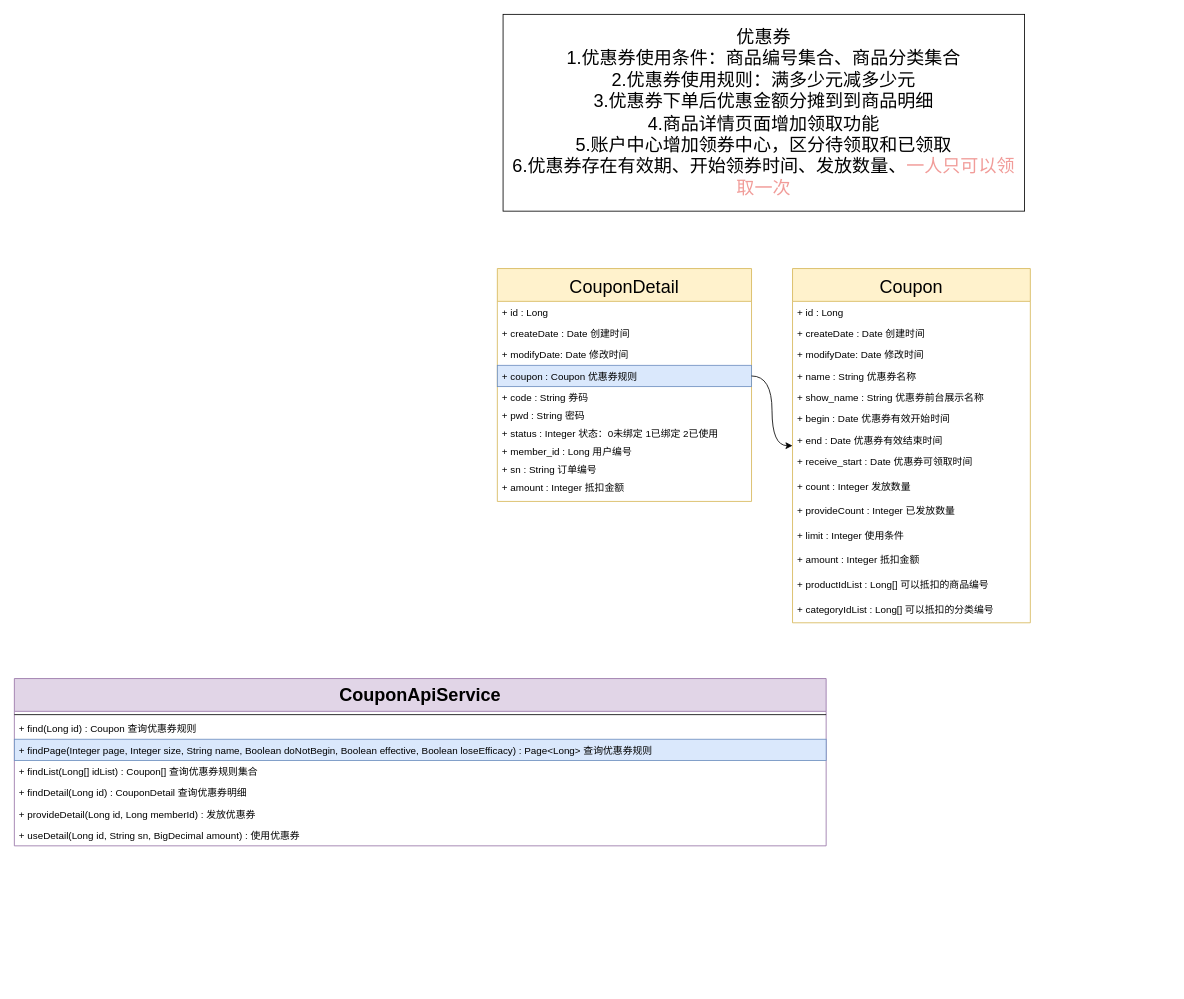
Above: 优惠券.drawio in lycwukang/diagrams (draw.io), before the change. Source tidied: cells renumbered, new cells numbered last; positions are measured from the earlier drawing's top-left corner, leaving out a move shared by most shapes. Both pictures are drawn from the tidied source at 82%, with x=0, y=0 at pixel (14, 14).
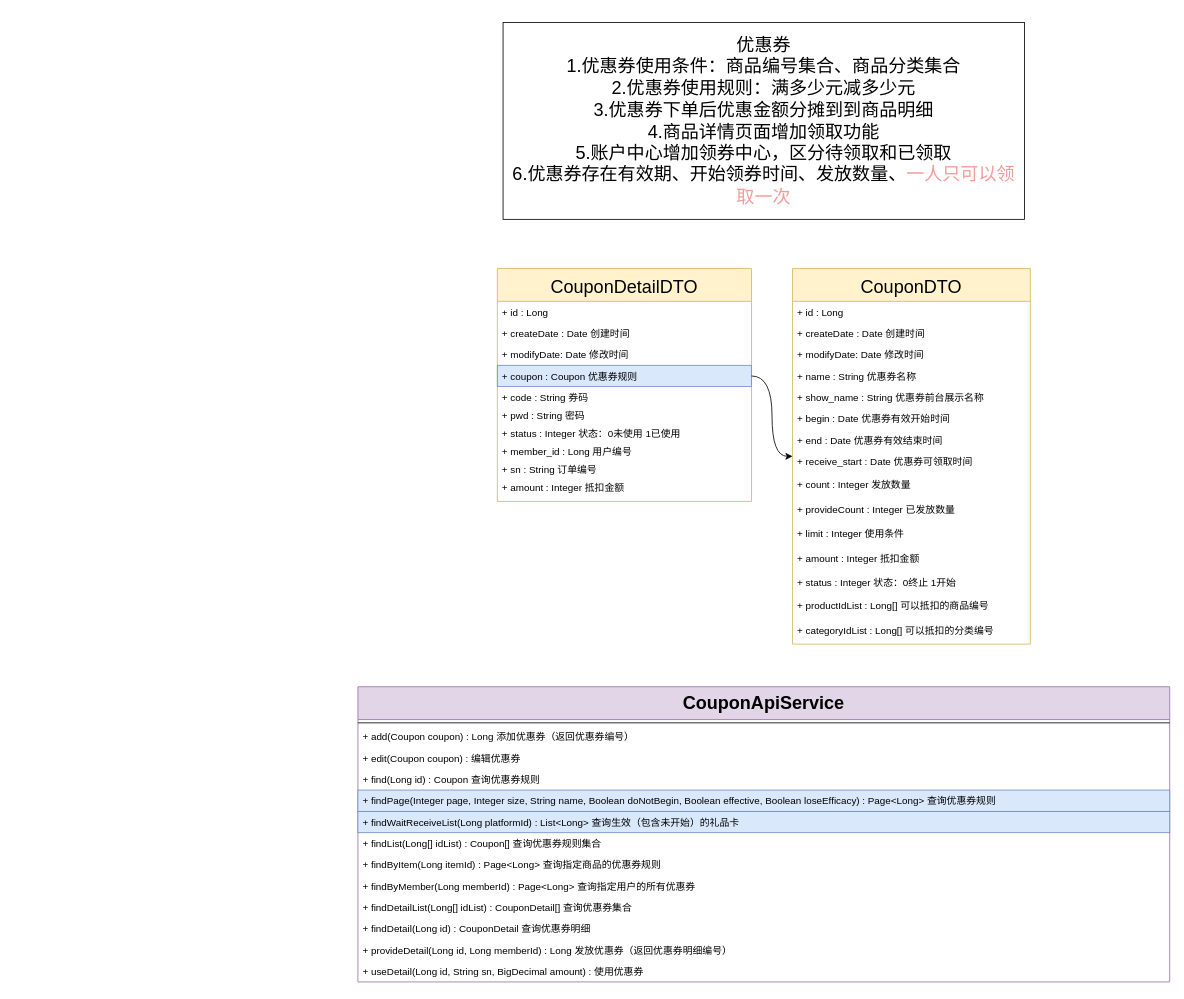
The same diagram, later.

Commit message:
更新优惠券.drawio

What changed in the source:
```diff
@@
     <mxCell id="2" value="优惠券&lt;br style=&quot;font-size: 22px&quot;&gt;1.优惠券使用条件：商品编号集合、商品分类集合&lt;br style=&quot;font-size: 22px&quot;&gt;2.优惠券使用规则：满多少元减多少元&lt;br style=&quot;font-size: 22px&quot;&gt;3.优惠券下单后优惠金额分摊到到商品明细&lt;br style=&quot;font-size: 22px&quot;&gt;4.商品详情页面增加领取功能&lt;br style=&quot;font-size: 22px&quot;&gt;5.账户中心增加领券中心，区分待领取和已领取&lt;br&gt;6.优惠券存在有效期、开始领券时间、发放数量、&lt;font color=&quot;#f19c99&quot;&gt;一人只可以领取一次&lt;/font&gt;" style="rounded=0;whiteSpace=wrap;html=1;fontSize=22;" parent="1" vertex="1">
-      <mxGeometry x="596" width="636" height="240" as="geometry" />
+      <mxGeometry x="596" y="10" width="636" height="240" as="geometry" />
     </mxCell>
-    <mxCell id="3" value="Coupon" style="swimlane;fontStyle=0;horizontal=1;startSize=40;fillColor=#fff2cc;fontSize=22;strokeColor=#d6b656;" parent="1" vertex="1">
-      <mxGeometry x="949" y="310" width="290" height="432" as="geometry" />
+    <mxCell id="3" value="CouponDTO" style="swimlane;fontStyle=0;horizontal=1;startSize=40;fillColor=#fff2cc;fontSize=22;strokeColor=#d6b656;" parent="1" vertex="1">
+      <mxGeometry x="949" y="310" width="290" height="458" as="geometry" />
     </mxCell>
@@
     <mxCell id="11" value="+ receive_start : Date 优惠券可领取时间" style="text;strokeColor=none;fillColor=none;align=left;verticalAlign=top;spacingLeft=4;spacingRight=4;overflow=hidden;" parent="3" vertex="1">
-      <mxGeometry y="222" width="290" height="30" as="geometry" />
+      <mxGeometry y="222" width="290" height="28" as="geometry" />
     </mxCell>
     <mxCell id="12" value="+ count : Integer 发放数量" style="text;strokeColor=none;fillColor=none;align=left;verticalAlign=top;spacingLeft=4;spacingRight=4;overflow=hidden;" parent="3" vertex="1">
-      <mxGeometry y="252" width="290" height="30" as="geometry" />
+      <mxGeometry y="250" width="290" height="30" as="geometry" />
     </mxCell>
     <mxCell id="13" value="+ provideCount : Integer 已发放数量" style="text;strokeColor=none;fillColor=none;align=left;verticalAlign=top;spacingLeft=4;spacingRight=4;overflow=hidden;" parent="3" vertex="1">
-      <mxGeometry y="282" width="290" height="30" as="geometry" />
+      <mxGeometry y="280" width="290" height="30" as="geometry" />
     </mxCell>
     <mxCell id="14" value="+ limit : Integer 使用条件" style="text;strokeColor=none;fillColor=none;align=left;verticalAlign=top;spacingLeft=4;spacingRight=4;overflow=hidden;" parent="3" vertex="1">
-      <mxGeometry y="312" width="290" height="30" as="geometry" />
+      <mxGeometry y="310" width="290" height="30" as="geometry" />
     </mxCell>
     <mxCell id="15" value="+ amount : Integer 抵扣金额" style="text;strokeColor=none;fillColor=none;align=left;verticalAlign=top;spacingLeft=4;spacingRight=4;overflow=hidden;" parent="3" vertex="1">
-      <mxGeometry y="342" width="290" height="30" as="geometry" />
+      <mxGeometry y="340" width="290" height="30" as="geometry" />
     </mxCell>
+    <mxCell id="38" value="+ status : Integer 状态：0终止 1开始" style="text;strokeColor=none;fillColor=none;align=left;verticalAlign=top;spacingLeft=4;spacingRight=4;overflow=hidden;" parent="3" vertex="1">
+      <mxGeometry y="370" width="290" height="28" as="geometry" />
+    </mxCell>
     <mxCell id="16" value="+ productIdList : Long[] 可以抵扣的商品编号" style="text;strokeColor=none;fillColor=none;align=left;verticalAlign=top;spacingLeft=4;spacingRight=4;overflow=hidden;" parent="3" vertex="1">
-      <mxGeometry y="372" width="290" height="30" as="geometry" />
+      <mxGeometry y="398" width="290" height="30" as="geometry" />
     </mxCell>
     <mxCell id="17" value="+ categoryIdList : Long[] 可以抵扣的分类编号" style="text;strokeColor=none;fillColor=none;align=left;verticalAlign=top;spacingLeft=4;spacingRight=4;overflow=hidden;" parent="3" vertex="1">
-      <mxGeometry y="402" width="290" height="30" as="geometry" />
+      <mxGeometry y="428" width="290" height="30" as="geometry" />
     </mxCell>
-    <mxCell id="18" value="CouponDetail" style="swimlane;fontStyle=0;horizontal=1;startSize=40;fillColor=#fff2cc;fontSize=22;strokeColor=#d6b656;" parent="1" vertex="1">
+    <mxCell id="18" value="CouponDetailDTO" style="swimlane;fontStyle=0;horizontal=1;startSize=40;fillColor=#fff2cc;fontSize=22;strokeColor=#d6b656;" parent="1" vertex="1">
       <mxGeometry x="589" y="310" width="310" height="284" as="geometry" />
     </mxCell>
@@
-    <mxCell id="25" value="+ status : Integer 状态：0未绑定 1已绑定 2已使用" style="text;strokeColor=none;fillColor=none;align=left;verticalAlign=top;spacingLeft=4;spacingRight=4;overflow=hidden;" parent="18" vertex="1">
+    <mxCell id="25" value="+ status : Integer 状态：0未使用 1已使用" style="text;strokeColor=none;fillColor=none;align=left;verticalAlign=top;spacingLeft=4;spacingRight=4;overflow=hidden;" parent="18" vertex="1">
       <mxGeometry y="188" width="310" height="22" as="geometry" />
     </mxCell>
@@
     <mxCell id="30" value="CouponApiService" style="swimlane;fontStyle=1;align=center;verticalAlign=top;horizontal=1;startSize=40;fontSize=22;fillColor=#e1d5e7;strokeColor=#9673a6;" parent="1" vertex="1">
-      <mxGeometry y="810" width="990" height="204" as="geometry" />
+      <mxGeometry x="419" y="820" width="990" height="360" as="geometry" />
     </mxCell>
@@
+    <mxCell id="39" value="+ add(Coupon coupon) : Long 添加优惠券（返回优惠券编号）" style="text;strokeColor=none;fillColor=none;align=left;verticalAlign=top;spacingLeft=4;spacingRight=4;overflow=hidden;" parent="30" vertex="1">
+      <mxGeometry y="48" width="990" height="26" as="geometry" />
+    </mxCell>
+    <mxCell id="40" value="+ edit(Coupon coupon) : 编辑优惠券" style="text;strokeColor=none;fillColor=none;align=left;verticalAlign=top;spacingLeft=4;spacingRight=4;overflow=hidden;" parent="30" vertex="1">
+      <mxGeometry y="74" width="990" height="26" as="geometry" />
+    </mxCell>
     <mxCell id="32" value="+ find(Long id) : Coupon 查询优惠券规则" style="text;strokeColor=none;fillColor=none;align=left;verticalAlign=top;spacingLeft=4;spacingRight=4;overflow=hidden;" parent="30" vertex="1">
-      <mxGeometry y="48" width="990" height="26" as="geometry" />
+      <mxGeometry y="100" width="990" height="26" as="geometry" />
     </mxCell>
     <mxCell id="33" value="+ findPage(Integer page, Integer size, String name, Boolean doNotBegin, Boolean effective, Boolean loseEfficacy) : Page&lt;Long&gt; 查询优惠券规则" style="text;strokeColor=#6c8ebf;fillColor=#dae8fc;align=left;verticalAlign=top;spacingLeft=4;spacingRight=4;overflow=hidden;" parent="30" vertex="1">
-      <mxGeometry y="74" width="990" height="26" as="geometry" />
+      <mxGeometry y="126" width="990" height="26" as="geometry" />
     </mxCell>
+    <mxCell id="41" value="+ findWaitReceiveList(Long platformId) : List&lt;Long&gt; 查询生效（包含未开始）的礼品卡" style="text;strokeColor=#6c8ebf;fillColor=#dae8fc;align=left;verticalAlign=top;spacingLeft=4;spacingRight=4;overflow=hidden;" parent="30" vertex="1">
+      <mxGeometry y="152" width="990" height="26" as="geometry" />
+    </mxCell>
     <mxCell id="34" value="+ findList(Long[] idList) : Coupon[] 查询优惠券规则集合" style="text;strokeColor=none;fillColor=none;align=left;verticalAlign=top;spacingLeft=4;spacingRight=4;overflow=hidden;" parent="30" vertex="1">
-      <mxGeometry y="100" width="990" height="26" as="geometry" />
+      <mxGeometry y="178" width="990" height="26" as="geometry" />
     </mxCell>
+    <mxCell id="42" value="+ findByItem(Long itemId) : Page&lt;Long&gt; 查询指定商品的优惠券规则" style="text;align=left;verticalAlign=top;spacingLeft=4;spacingRight=4;overflow=hidden;" parent="30" vertex="1">
+      <mxGeometry y="204" width="990" height="26" as="geometry" />
+    </mxCell>
+    <mxCell id="43" value="+ findByMember(Long memberId) : Page&lt;Long&gt; 查询指定用户的所有优惠券" style="text;align=left;verticalAlign=top;spacingLeft=4;spacingRight=4;overflow=hidden;" parent="30" vertex="1">
+      <mxGeometry y="230" width="990" height="26" as="geometry" />
+    </mxCell>
+    <mxCell id="44" value="+ findDetailList(Long[] idList) : CouponDetail[] 查询优惠券集合" style="text;strokeColor=none;fillColor=none;align=left;verticalAlign=top;spacingLeft=4;spacingRight=4;overflow=hidden;" parent="30" vertex="1">
+      <mxGeometry y="256" width="990" height="26" as="geometry" />
+    </mxCell>
     <mxCell id="35" value="+ findDetail(Long id) : CouponDetail 查询优惠券明细" style="text;strokeColor=none;fillColor=none;align=left;verticalAlign=top;spacingLeft=4;spacingRight=4;overflow=hidden;" parent="30" vertex="1">
-      <mxGeometry y="126" width="990" height="26" as="geometry" />
+      <mxGeometry y="282" width="990" height="26" as="geometry" />
     </mxCell>
-    <mxCell id="36" value="+ provideDetail(Long id, Long memberId) : 发放优惠券" style="text;strokeColor=none;fillColor=none;align=left;verticalAlign=top;spacingLeft=4;spacingRight=4;overflow=hidden;" parent="30" vertex="1">
-      <mxGeometry y="152" width="990" height="26" as="geometry" />
+    <mxCell id="36" value="+ provideDetail(Long id, Long memberId) : Long 发放优惠券（返回优惠券明细编号）" style="text;strokeColor=none;fillColor=none;align=left;verticalAlign=top;spacingLeft=4;spacingRight=4;overflow=hidden;" parent="30" vertex="1">
+      <mxGeometry y="308" width="990" height="26" as="geometry" />
     </mxCell>
     <mxCell id="37" value="+ useDetail(Long id, String sn, BigDecimal amount) : 使用优惠券" style="text;strokeColor=none;fillColor=none;align=left;verticalAlign=top;spacingLeft=4;spacingRight=4;overflow=hidden;" parent="30" vertex="1">
-      <mxGeometry y="178" width="990" height="26" as="geometry" />
+      <mxGeometry y="334" width="990" height="26" as="geometry" />
     </mxCell>
```
